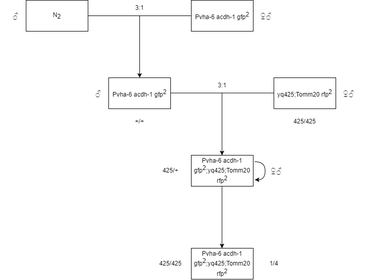
This is docs/biology/note/cross.drawio.png from YangguangZhou/note, a draw.io export, as it was before one commit. Source tidied: cells renumbered, new cells last; positions are measured from the earlier drawing's top-left corner, leaving out a move shared by most shapes.
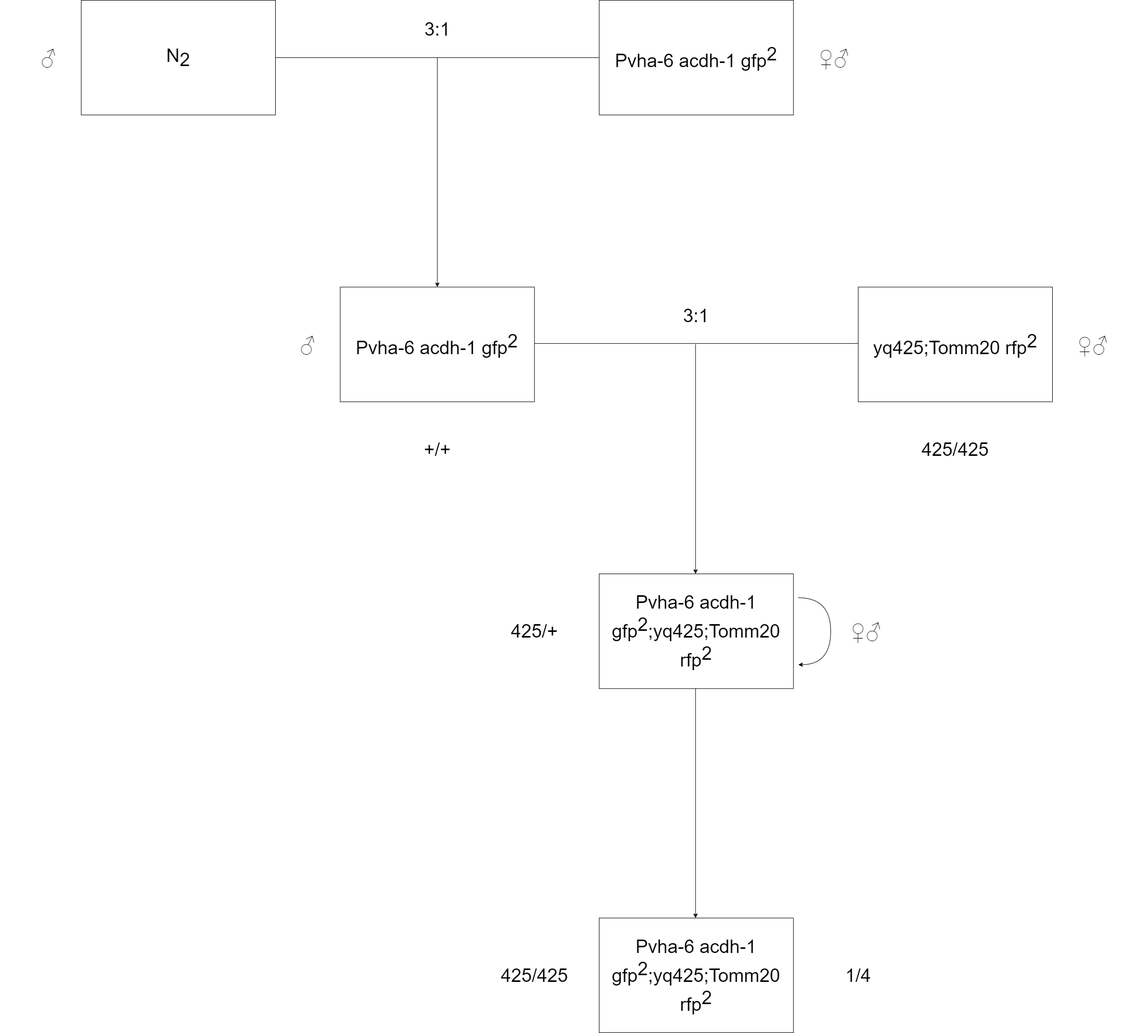
After the change.

What changed in the source:
```diff
@@ -2,97 +2,100 @@
   <root>
     <mxCell id="0" />
     <mxCell id="1" parent="0" />
+    <mxCell id="26" style="group;" parent="1" vertex="1">
+      <mxGeometry x="39" y="-50" width="2210.5" height="2000" as="geometry" />
+    </mxCell>
-    <mxCell id="2" value="N&lt;sub style=&quot;font-size: 12px;&quot;&gt;2&lt;/sub&gt;" style="rounded=0;whiteSpace=wrap;html=1;fillColor=none;strokeColor=#000000;fontColor=#000000;fontSize=12;" parent="1" vertex="1">
-      <mxGeometry x="50" width="120" height="60" as="geometry" />
+    <mxCell id="2" value="N&lt;sub style=&quot;font-size: 36px;&quot;&gt;2&lt;/sub&gt;" style="rounded=0;whiteSpace=wrap;html=1;fillColor=none;strokeColor=#000000;fontColor=#000000;fontSize=36;" parent="26" vertex="1">
+      <mxGeometry x="156.8" width="376.3" height="222.2" as="geometry" />
     </mxCell>
-    <mxCell id="3" value="Pvha-6 acdh-1 gfp&lt;sup style=&quot;font-size: 12px;&quot;&gt;2&lt;/sup&gt;" style="rounded=0;whiteSpace=wrap;html=1;fillColor=none;strokeColor=#000000;fontColor=#000000;fontSize=12;" parent="1" vertex="1">
-      <mxGeometry x="370" width="120" height="60" as="geometry" />
+    <mxCell id="3" value="Pvha-6 acdh-1 gfp&lt;sup style=&quot;font-size: 36px;&quot;&gt;2&lt;/sup&gt;" style="rounded=0;whiteSpace=wrap;html=1;fillColor=none;strokeColor=#000000;fontColor=#000000;fontSize=36;" parent="26" vertex="1">
+      <mxGeometry x="1160.1" width="376.3" height="222.2" as="geometry" />
     </mxCell>
-    <mxCell id="4" style="endArrow=none;html=1;entryX=0;entryY=0.5;entryDx=0;entryDy=0;exitX=1;exitY=0.5;exitDx=0;exitDy=0;fillColor=#f9f7ed;strokeColor=#000000;fontColor=#000000;fontSize=12;" parent="1" edge="1" source="2" target="3">
+    <mxCell id="4" style="endArrow=none;html=1;entryX=0;entryY=0.5;entryDx=0;entryDy=0;exitX=1;exitY=0.5;exitDx=0;exitDy=0;fillColor=#f9f7ed;strokeColor=#000000;fontColor=#000000;fontSize=36;" parent="26" edge="1" source="2" target="3">
       <mxGeometry relative="1" as="geometry" />
     </mxCell>
-    <mxCell id="5" style="endArrow=classic;html=1;fillColor=#f9f7ed;strokeColor=#000000;fontColor=#000000;fontSize=12;" parent="1" edge="1">
+    <mxCell id="5" style="endArrow=classic;html=1;fillColor=#f9f7ed;strokeColor=#000000;fontColor=#000000;fontSize=36;" parent="26" edge="1">
       <mxGeometry relative="1" as="geometry">
-        <mxPoint x="270" y="30" as="sourcePoint" />
-        <mxPoint x="270" y="150" as="targetPoint" />
+        <mxPoint x="846.6" y="111.1" as="sourcePoint" />
+        <mxPoint x="846.6" y="555.6" as="targetPoint" />
       </mxGeometry>
     </mxCell>
-    <mxCell id="6" value="&lt;span style=&quot;font-size: 12px;&quot;&gt;Pvha-6 acdh-1 gfp&lt;sup style=&quot;font-size: 12px;&quot;&gt;2&lt;/sup&gt;&lt;/span&gt;" style="rounded=0;whiteSpace=wrap;html=1;strokeColor=#000000;fontSize=12;fontColor=#000000;fillColor=none;" parent="1" vertex="1">
-      <mxGeometry x="210" y="150" width="120" height="60" as="geometry" />
+    <mxCell id="6" value="&lt;span style=&quot;font-size: 36px;&quot;&gt;Pvha-6 acdh-1 gfp&lt;sup style=&quot;font-size: 36px;&quot;&gt;2&lt;/sup&gt;&lt;/span&gt;" style="rounded=0;whiteSpace=wrap;html=1;strokeColor=#000000;fontSize=36;fontColor=#000000;fillColor=none;" parent="26" vertex="1">
+      <mxGeometry x="658.5" y="555.6" width="376.3" height="222.2" as="geometry" />
     </mxCell>
-    <mxCell id="7" value="yq425;Tomm20 rfp&lt;sup style=&quot;font-size: 12px;&quot;&gt;2&lt;/sup&gt;" style="rounded=0;whiteSpace=wrap;html=1;strokeColor=#000000;fontSize=12;fontColor=#000000;fillColor=none;" parent="1" vertex="1">
-      <mxGeometry x="530" y="150" width="120" height="60" as="geometry" />
+    <mxCell id="7" value="yq425;Tomm20 rfp&lt;sup style=&quot;font-size: 36px;&quot;&gt;2&lt;/sup&gt;" style="rounded=0;whiteSpace=wrap;html=1;strokeColor=#000000;fontSize=36;fontColor=#000000;fillColor=none;" parent="26" vertex="1">
+      <mxGeometry x="1661.8" y="555.6" width="376.3" height="222.2" as="geometry" />
     </mxCell>
-    <mxCell id="8" style="endArrow=none;html=1;entryX=0;entryY=0.5;entryDx=0;entryDy=0;exitX=1;exitY=0.5;exitDx=0;exitDy=0;fillColor=#f9f7ed;strokeColor=#000000;fontColor=#000000;fontSize=12;" parent="1" edge="1">
+    <mxCell id="8" style="endArrow=none;html=1;entryX=0;entryY=0.5;entryDx=0;entryDy=0;exitX=1;exitY=0.5;exitDx=0;exitDy=0;fillColor=#f9f7ed;strokeColor=#000000;fontColor=#000000;fontSize=36;" parent="26" edge="1">
       <mxGeometry relative="1" as="geometry">
-        <mxPoint x="330" y="179.5" as="sourcePoint" />
-        <mxPoint x="530" y="179.5" as="targetPoint" />
+        <mxPoint x="1034.7" y="664.8" as="sourcePoint" />
+        <mxPoint x="1661.8" y="664.8" as="targetPoint" />
       </mxGeometry>
     </mxCell>
-    <mxCell id="9" style="endArrow=classic;html=1;fillColor=#f9f7ed;strokeColor=#000000;fontColor=#000000;fontSize=12;" parent="1" edge="1">
+    <mxCell id="9" style="endArrow=classic;html=1;fillColor=#f9f7ed;strokeColor=#000000;fontColor=#000000;fontSize=36;" parent="26" edge="1">
       <mxGeometry relative="1" as="geometry">
-        <mxPoint x="429.5" y="180" as="sourcePoint" />
-        <mxPoint x="429.5" y="300" as="targetPoint" />
+        <mxPoint x="1346.7" y="666.7" as="sourcePoint" />
+        <mxPoint x="1346.7" y="1111.1" as="targetPoint" />
       </mxGeometry>
     </mxCell>
-    <mxCell id="10" value="Pvha-6 acdh-1 gfp&lt;sup style=&quot;font-size: 12px;&quot;&gt;2&lt;/sup&gt;;yq425;Tomm20 rfp&lt;sup style=&quot;font-size: 12px;&quot;&gt;2&lt;/sup&gt;" style="rounded=0;whiteSpace=wrap;html=1;strokeColor=#000000;fontSize=12;fontColor=#000000;fillColor=none;" parent="1" vertex="1">
-      <mxGeometry x="370" y="300" width="120" height="60" as="geometry" />
+    <mxCell id="10" value="Pvha-6 acdh-1 gfp&lt;sup style=&quot;font-size: 36px;&quot;&gt;2&lt;/sup&gt;;yq425;Tomm20 rfp&lt;sup style=&quot;font-size: 36px;&quot;&gt;2&lt;/sup&gt;" style="rounded=0;whiteSpace=wrap;html=1;strokeColor=#000000;fontSize=36;fontColor=#000000;fillColor=none;" parent="26" vertex="1">
+      <mxGeometry x="1160.1" y="1111.1" width="376.3" height="222.2" as="geometry" />
     </mxCell>
-    <mxCell id="11" value="1/4" style="text;html=1;strokeColor=none;fillColor=none;align=center;verticalAlign=middle;whiteSpace=wrap;rounded=0;fontSize=12;fontColor=#000000;" parent="1" vertex="1">
-      <mxGeometry x="500" y="495" width="60" height="30" as="geometry" />
+    <mxCell id="11" value="1/4" style="text;html=1;strokeColor=none;fillColor=none;align=center;verticalAlign=middle;whiteSpace=wrap;rounded=0;fontSize=36;fontColor=#000000;" parent="26" vertex="1">
+      <mxGeometry x="1567.8" y="1833.3" width="188.1" height="111.1" as="geometry" />
     </mxCell>
-    <mxCell id="12" style="curved=1;endArrow=classic;html=1;strokeColor=#000000;fontSize=12;fontColor=#000000;labelBorderColor=default;" parent="1" edge="1">
+    <mxCell id="12" style="curved=1;endArrow=classic;html=1;strokeColor=#000000;fontSize=36;fontColor=#000000;labelBorderColor=default;" parent="26" edge="1">
       <mxGeometry relative="1" as="geometry">
-        <mxPoint x="493" y="312.5" as="sourcePoint" />
-        <mxPoint x="493" y="347.5" as="targetPoint" />
+        <mxPoint x="1545.8" y="1157.4" as="sourcePoint" />
+        <mxPoint x="1545.8" y="1287" as="targetPoint" />
         <Array as="points">
-          <mxPoint x="513" y="312.5" />
-          <mxPoint x="513" y="347.5" />
-          <mxPoint x="493" y="347.5" />
+          <mxPoint x="1608.5" y="1157.4" />
+          <mxPoint x="1608.5" y="1287" />
+          <mxPoint x="1545.8" y="1287" />
         </Array>
       </mxGeometry>
     </mxCell>
-    <mxCell id="13" value="+/+" style="text;html=1;strokeColor=none;fillColor=none;align=center;verticalAlign=middle;whiteSpace=wrap;rounded=0;fontSize=12;fontColor=#000000;" parent="1" vertex="1">
-      <mxGeometry x="240" y="220" width="60" height="30" as="geometry" />
+    <mxCell id="13" value="+/+" style="text;html=1;strokeColor=none;fillColor=none;align=center;verticalAlign=middle;whiteSpace=wrap;rounded=0;fontSize=36;fontColor=#000000;" parent="26" vertex="1">
+      <mxGeometry x="752.5" y="814.8" width="188.1" height="111.1" as="geometry" />
     </mxCell>
-    <mxCell id="14" value="425/425" style="text;html=1;strokeColor=none;fillColor=none;align=center;verticalAlign=middle;whiteSpace=wrap;rounded=0;fontSize=12;fontColor=#000000;" parent="1" vertex="1">
-      <mxGeometry x="560" y="220" width="60" height="30" as="geometry" />
+    <mxCell id="14" value="425/425" style="text;html=1;strokeColor=none;fillColor=none;align=center;verticalAlign=middle;whiteSpace=wrap;rounded=0;fontSize=36;fontColor=#000000;" parent="26" vertex="1">
+      <mxGeometry x="1755.9" y="814.8" width="188.1" height="111.1" as="geometry" />
     </mxCell>
-    <mxCell id="15" value="425/+" style="text;html=1;strokeColor=none;fillColor=none;align=center;verticalAlign=middle;whiteSpace=wrap;rounded=0;fontSize=12;fontColor=#000000;" parent="1" vertex="1">
-      <mxGeometry x="300" y="315" width="60" height="30" as="geometry" />
+    <mxCell id="15" value="425/+" style="text;html=1;strokeColor=none;fillColor=none;align=center;verticalAlign=middle;whiteSpace=wrap;rounded=0;fontSize=36;fontColor=#000000;" parent="26" vertex="1">
+      <mxGeometry x="940.7" y="1166.7" width="188.1" height="111.1" as="geometry" />
     </mxCell>
-    <mxCell id="16" style="endArrow=classic;html=1;fillColor=#f9f7ed;strokeColor=#000000;fontColor=#000000;fontSize=12;" parent="1" edge="1">
+    <mxCell id="16" style="endArrow=classic;html=1;fillColor=#f9f7ed;strokeColor=#000000;fontColor=#000000;fontSize=36;" parent="26" edge="1">
       <mxGeometry relative="1" as="geometry">
-        <mxPoint x="429.5" y="360" as="sourcePoint" />
-        <mxPoint x="429.5" y="480" as="targetPoint" />
+        <mxPoint x="1346.7" y="1333.3" as="sourcePoint" />
+        <mxPoint x="1346.7" y="1777.8" as="targetPoint" />
       </mxGeometry>
     </mxCell>
-    <mxCell id="17" value="Pvha-6 acdh-1 gfp&lt;sup style=&quot;font-size: 12px;&quot;&gt;2&lt;/sup&gt;;yq425;Tomm20 rfp&lt;sup style=&quot;font-size: 12px;&quot;&gt;2&lt;/sup&gt;" style="rounded=0;whiteSpace=wrap;html=1;strokeColor=#000000;fontSize=12;fontColor=#000000;fillColor=none;" parent="1" vertex="1">
-      <mxGeometry x="370" y="480" width="120" height="60" as="geometry" />
+    <mxCell id="17" value="Pvha-6 acdh-1 gfp&lt;sup style=&quot;font-size: 36px;&quot;&gt;2&lt;/sup&gt;;yq425;Tomm20 rfp&lt;sup style=&quot;font-size: 36px;&quot;&gt;2&lt;/sup&gt;" style="rounded=0;whiteSpace=wrap;html=1;strokeColor=#000000;fontSize=36;fontColor=#000000;fillColor=none;" parent="26" vertex="1">
+      <mxGeometry x="1160.1" y="1777.8" width="376.3" height="222.2" as="geometry" />
     </mxCell>
-    <mxCell id="18" value="425/425" style="text;html=1;strokeColor=none;fillColor=none;align=center;verticalAlign=middle;whiteSpace=wrap;rounded=0;fontSize=12;fontColor=#000000;" parent="1" vertex="1">
-      <mxGeometry x="300" y="495" width="60" height="30" as="geometry" />
+    <mxCell id="18" value="425/425" style="text;html=1;strokeColor=none;fillColor=none;align=center;verticalAlign=middle;whiteSpace=wrap;rounded=0;fontSize=36;fontColor=#000000;" parent="26" vertex="1">
+      <mxGeometry x="940.7" y="1833.3" width="188.1" height="111.1" as="geometry" />
     </mxCell>
-    <mxCell id="19" value="♂" style="text;html=1;strokeColor=none;fillColor=none;align=center;verticalAlign=middle;whiteSpace=wrap;rounded=0;fontSize=15;fontColor=#000000;" parent="1" vertex="1">
-      <mxGeometry y="15" width="60" height="30" as="geometry" />
+    <mxCell id="19" value="♂" style="text;html=1;strokeColor=none;fillColor=none;align=center;verticalAlign=middle;whiteSpace=wrap;rounded=0;fontSize=40;fontColor=#000000;" parent="26" vertex="1">
+      <mxGeometry y="55.6" width="188.1" height="111.1" as="geometry" />
     </mxCell>
-    <mxCell id="20" value="♂" style="text;html=1;strokeColor=none;fillColor=none;align=center;verticalAlign=middle;whiteSpace=wrap;rounded=0;fontSize=15;fontColor=#000000;fontStyle=0;fontFamily=Helvetica;" parent="1" vertex="1">
-      <mxGeometry x="160" y="165" width="60" height="30" as="geometry" />
+    <mxCell id="20" value="♂" style="text;html=1;strokeColor=none;fillColor=none;align=center;verticalAlign=middle;whiteSpace=wrap;rounded=0;fontSize=40;fontColor=#000000;fontStyle=0;fontFamily=Helvetica;" parent="26" vertex="1">
+      <mxGeometry x="501.7" y="611.1" width="188.1" height="111.1" as="geometry" />
     </mxCell>
-    <mxCell id="21" value="♀♂" style="text;html=1;strokeColor=none;fillColor=none;align=center;verticalAlign=middle;whiteSpace=wrap;rounded=0;fontSize=15;fontColor=#000000;" parent="1" vertex="1">
-      <mxGeometry x="485" y="15" width="60" height="30" as="geometry" />
+    <mxCell id="21" value="&lt;font style=&quot;font-size: 40px;&quot;&gt;♀♂&lt;/font&gt;" style="text;html=1;strokeColor=none;fillColor=none;align=center;verticalAlign=middle;whiteSpace=wrap;rounded=0;fontSize=36;fontColor=#000000;" parent="26" vertex="1">
+      <mxGeometry x="1520.7" y="55.6" width="188.1" height="111.1" as="geometry" />
     </mxCell>
-    <mxCell id="22" value="♀♂" style="text;html=1;strokeColor=none;fillColor=none;align=center;verticalAlign=middle;whiteSpace=wrap;rounded=0;fontSize=15;fontColor=#000000;" parent="1" vertex="1">
-      <mxGeometry x="645" y="165" width="60" height="30" as="geometry" />
+    <mxCell id="22" value="♀♂" style="text;html=1;strokeColor=none;fillColor=none;align=center;verticalAlign=middle;whiteSpace=wrap;rounded=0;fontSize=40;fontColor=#000000;" parent="26" vertex="1">
+      <mxGeometry x="2022.4" y="611.1" width="188.1" height="111.1" as="geometry" />
     </mxCell>
-    <mxCell id="23" value="♀♂" style="text;html=1;strokeColor=none;fillColor=none;align=center;verticalAlign=middle;whiteSpace=wrap;rounded=0;fontSize=15;fontColor=#000000;" parent="1" vertex="1">
-      <mxGeometry x="505" y="315" width="60" height="30" as="geometry" />
+    <mxCell id="23" value="♀♂" style="text;html=1;strokeColor=none;fillColor=none;align=center;verticalAlign=middle;whiteSpace=wrap;rounded=0;fontSize=40;fontColor=#000000;" parent="26" vertex="1">
+      <mxGeometry x="1583.4" y="1166.7" width="188.1" height="111.1" as="geometry" />
     </mxCell>
-    <mxCell id="24" value="3:1" style="text;html=1;strokeColor=none;fillColor=none;align=center;verticalAlign=middle;whiteSpace=wrap;rounded=0;fontSize=12;fontColor=#000000;" parent="1" vertex="1">
-      <mxGeometry x="240" width="60" height="30" as="geometry" />
+    <mxCell id="24" value="3:1" style="text;html=1;strokeColor=none;fillColor=none;align=center;verticalAlign=middle;whiteSpace=wrap;rounded=0;fontSize=36;fontColor=#000000;" parent="26" vertex="1">
+      <mxGeometry x="752.5" width="188.1" height="111.1" as="geometry" />
     </mxCell>
-    <mxCell id="25" value="3:1" style="text;html=1;strokeColor=none;fillColor=none;align=center;verticalAlign=middle;whiteSpace=wrap;rounded=0;fontSize=12;fontColor=#000000;" parent="1" vertex="1">
-      <mxGeometry x="400" y="150" width="60" height="30" as="geometry" />
+    <mxCell id="25" value="3:1" style="text;html=1;strokeColor=none;fillColor=none;align=center;verticalAlign=middle;whiteSpace=wrap;rounded=0;fontSize=36;fontColor=#000000;" parent="26" vertex="1">
+      <mxGeometry x="1254.2" y="555.6" width="188.1" height="111.1" as="geometry" />
     </mxCell>
   </root>
 </mxGraphModel>
```
